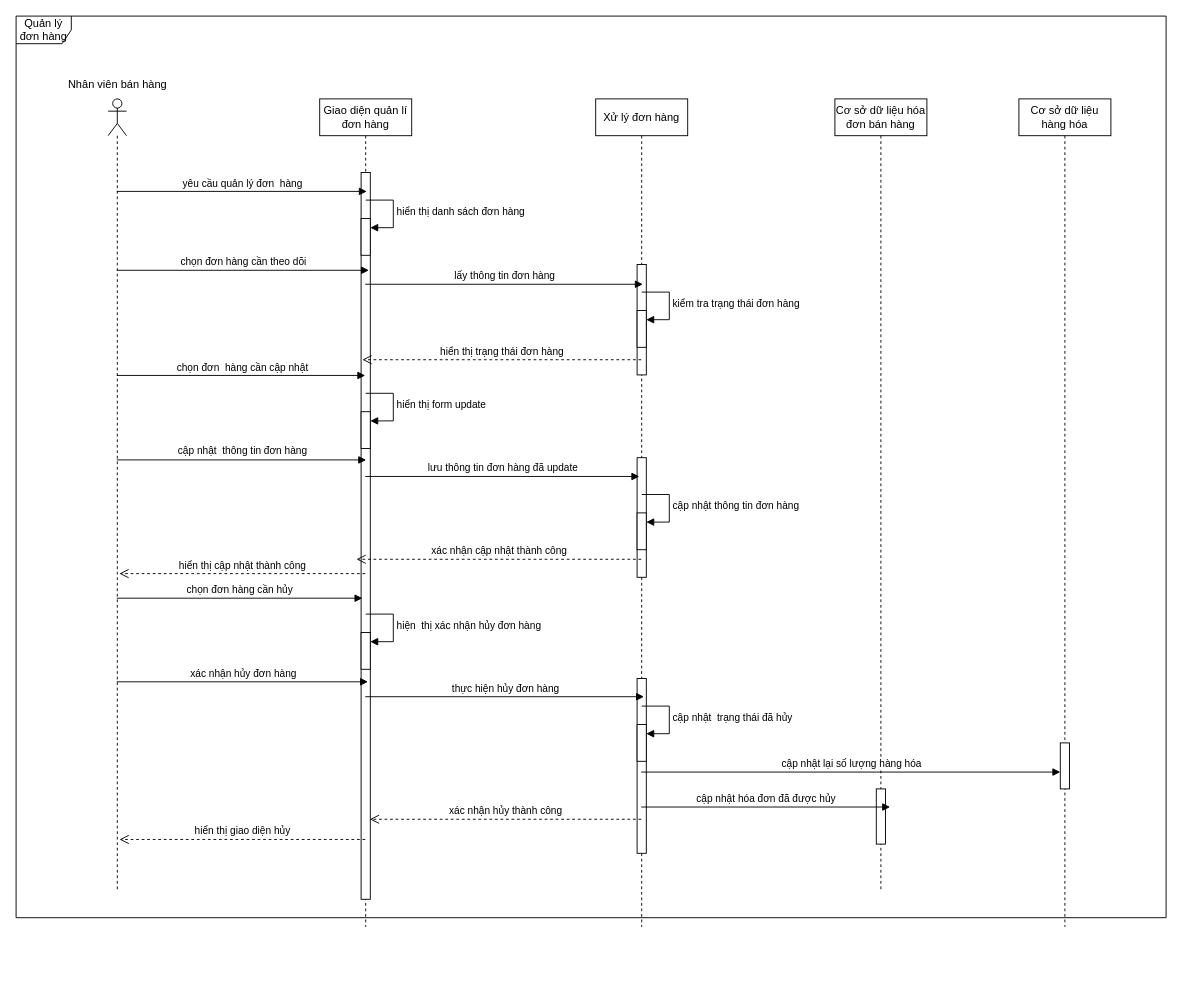
Earlier version of the draw.io diagram NV-QLĐH sequence.drawio (RomJoke/K). Source tidied: cells renumbered, new cells numbered last; positions are measured from the earlier drawing's top-left corner, leaving out a move shared by most shapes. Both pictures are drawn from the tidied source at 92%, with x=0, y=0 at pixel (16, 16).
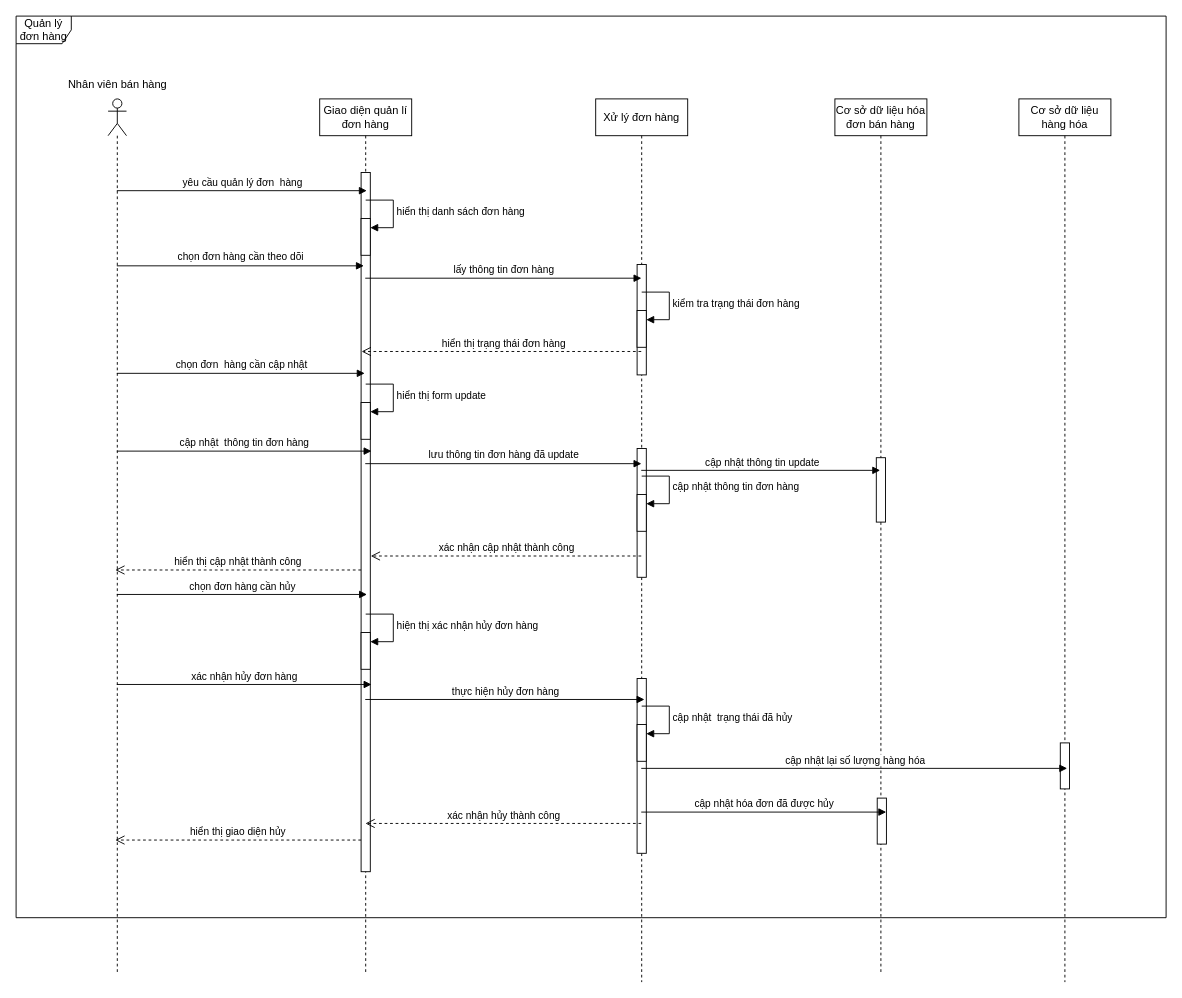
The same diagram, later.

The change refers to these unchanged cells:
```xml
<mxCell id="10" style="html=1;points=[[0,0,0,0,5],[0,1,0,0,-5],[1,0,0,0,5],[1,1,0,0,-5]];perimeter=orthogonalPerimeter;outlineConnect=0;targetShapes=umlLifeline;portConstraint=eastwest;newEdgeStyle={&quot;curved&quot;:0,&quot;rounded&quot;:0};" parent="4" vertex="1">
  <mxGeometry x="45" y="580" width="10" height="40" as="geometry" />
</mxCell>
<mxCell id="13" style="html=1;points=[[0,0,0,0,5],[0,1,0,0,-5],[1,0,0,0,5],[1,1,0,0,-5]];perimeter=orthogonalPerimeter;outlineConnect=0;targetShapes=umlLifeline;portConstraint=eastwest;newEdgeStyle={&quot;curved&quot;:0,&quot;rounded&quot;:0};" parent="12" vertex="1">
  <mxGeometry x="45" y="180" width="10" height="120" as="geometry" />
</mxCell>
```

What changed in the source:
```diff
@@
     <mxCell id="3" style="shape=umlLifeline;perimeter=lifelinePerimeter;whiteSpace=wrap;html=1;outlineConnect=0;portConstraint=eastwest;newEdgeStyle={&quot;curved&quot;:0,&quot;rounded&quot;:0};participant=umlActor;" parent="1" vertex="1">
-      <mxGeometry x="100" y="90" width="20" height="860" as="geometry" />
+      <mxGeometry x="100" y="90" width="20" height="950" as="geometry" />
     </mxCell>
     <mxCell id="4" value="Giao diện quản lí đơn hàng" style="shape=umlLifeline;perimeter=lifelinePerimeter;whiteSpace=wrap;html=1;outlineConnect=0;portConstraint=eastwest;newEdgeStyle={&quot;curved&quot;:0,&quot;rounded&quot;:0};" parent="1" vertex="1">
-      <mxGeometry x="330" y="90" width="100" height="900" as="geometry" />
+      <mxGeometry x="330" y="90" width="100" height="950" as="geometry" />
     </mxCell>
     <mxCell id="5" style="html=1;points=[[0,0,0,0,5],[0,1,0,0,-5],[1,0,0,0,5],[1,1,0,0,-5]];perimeter=orthogonalPerimeter;outlineConnect=0;targetShapes=umlLifeline;portConstraint=eastwest;newEdgeStyle={&quot;curved&quot;:0,&quot;rounded&quot;:0};" parent="4" vertex="1">
-      <mxGeometry x="45" y="80" width="10" height="790" as="geometry" />
+      <mxGeometry x="45" y="80" width="10" height="760" as="geometry" />
     </mxCell>
@@
     <mxCell id="8" style="html=1;points=[[0,0,0,0,5],[0,1,0,0,-5],[1,0,0,0,5],[1,1,0,0,-5]];perimeter=orthogonalPerimeter;outlineConnect=0;targetShapes=umlLifeline;portConstraint=eastwest;newEdgeStyle={&quot;curved&quot;:0,&quot;rounded&quot;:0};" parent="4" vertex="1">
-      <mxGeometry x="45" y="340" width="10" height="40" as="geometry" />
+      <mxGeometry x="45" y="330" width="10" height="40" as="geometry" />
     </mxCell>
     <mxCell id="9" value="hiển thị form update" style="html=1;align=left;spacingLeft=2;endArrow=block;rounded=0;edgeStyle=orthogonalEdgeStyle;curved=0;rounded=0;" parent="4" edge="1" target="8">
       <mxGeometry x="0.02" relative="1" as="geometry">
-        <mxPoint x="50" y="320" as="sourcePoint" />
+        <mxPoint x="50" y="310" as="sourcePoint" />
         <Array as="points">
-          <mxPoint x="80" y="350" />
+          <mxPoint x="80" y="340" />
         </Array>
       </mxGeometry>
     </mxCell>
+    <mxCell id="11" value="hiện thị xác nhận hủy đơn hàng" style="html=1;align=left;spacingLeft=2;endArrow=block;rounded=0;edgeStyle=orthogonalEdgeStyle;curved=0;rounded=0;" parent="4" edge="1" target="10">
+      <mxGeometry relative="1" as="geometry">
+        <mxPoint x="50" y="560" as="sourcePoint" />
+        <Array as="points">
+          <mxPoint x="80" y="590" />
+        </Array>
+      </mxGeometry>
+    </mxCell>
@@
-    <mxCell id="11" value="hiện&amp;nbsp; thị xác nhận hủy đơn hàng" style="html=1;align=left;spacingLeft=2;endArrow=block;rounded=0;edgeStyle=orthogonalEdgeStyle;curved=0;rounded=0;" parent="4" edge="1" target="10">
-      <mxGeometry relative="1" as="geometry">
-        <mxPoint x="50" y="560" as="sourcePoint" />
-        <Array as="points">
-          <mxPoint x="80" y="590" />
-        </Array>
-      </mxGeometry>
-    </mxCell>
     <mxCell id="12" value="Xử lý đơn hàng" style="shape=umlLifeline;perimeter=lifelinePerimeter;whiteSpace=wrap;html=1;outlineConnect=0;portConstraint=eastwest;newEdgeStyle={&quot;curved&quot;:0,&quot;rounded&quot;:0};" parent="1" vertex="1">
-      <mxGeometry x="630" y="90" width="100" height="900" as="geometry" />
+      <mxGeometry x="630" y="90" width="100" height="960" as="geometry" />
     </mxCell>
@@
     <mxCell id="16" style="html=1;perimeter=orthogonalPerimeter;targetShapes=umlLifeline;newEdgeStyle={&quot;curved&quot;:0,&quot;rounded&quot;:0};" parent="12" vertex="1">
-      <mxGeometry x="45" y="390" width="10" height="130" as="geometry" />
+      <mxGeometry x="45" y="380" width="10" height="140" as="geometry" />
     </mxCell>
     <mxCell id="17" style="html=1;points=[[0,0,0,0,5],[0,1,0,0,-5],[1,0,0,0,5],[1,1,0,0,-5]];perimeter=orthogonalPerimeter;outlineConnect=0;targetShapes=umlLifeline;portConstraint=eastwest;newEdgeStyle={&quot;curved&quot;:0,&quot;rounded&quot;:0};" parent="12" vertex="1">
-      <mxGeometry x="45" y="450" width="10" height="40" as="geometry" />
+      <mxGeometry x="45" y="430" width="10" height="40" as="geometry" />
     </mxCell>
     <mxCell id="18" value="cập nhật thông tin đơn hàng" style="html=1;align=left;spacingLeft=2;endArrow=block;rounded=0;edgeStyle=orthogonalEdgeStyle;curved=0;rounded=0;" parent="12" edge="1" target="17">
       <mxGeometry x="-0.01" relative="1" as="geometry">
-        <mxPoint x="50" y="430" as="sourcePoint" />
+        <mxPoint x="50" y="410" as="sourcePoint" />
         <Array as="points">
-          <mxPoint x="80" y="460" />
+          <mxPoint x="80" y="440" />
         </Array>
       </mxGeometry>
     </mxCell>
@@
     <mxCell id="22" value="Cơ sở dữ liệu hóa đơn bán hàng" style="shape=umlLifeline;perimeter=lifelinePerimeter;whiteSpace=wrap;html=1;outlineConnect=0;portConstraint=eastwest;newEdgeStyle={&quot;curved&quot;:0,&quot;rounded&quot;:0};" parent="1" vertex="1">
-      <mxGeometry x="890" y="90" width="100" height="860" as="geometry" />
+      <mxGeometry x="890" y="90" width="100" height="950" as="geometry" />
     </mxCell>
-    <mxCell id="23" style="html=1;perimeter=orthogonalPerimeter;targetShapes=umlLifeline;newEdgeStyle={&quot;curved&quot;:0,&quot;rounded&quot;:0};" parent="22" vertex="1">
-      <mxGeometry x="45" y="750" width="10" height="60" as="geometry" />
-    </mxCell>
+    <mxCell id="43" style="html=1;perimeter=orthogonalPerimeter;targetShapes=umlLifeline;newEdgeStyle={&quot;curved&quot;:0,&quot;rounded&quot;:0};" parent="22" vertex="1">
+      <mxGeometry x="46" y="760" width="10" height="50" as="geometry" />
+    </mxCell>
+    <mxCell id="44" style="html=1;perimeter=orthogonalPerimeter;targetShapes=umlLifeline;newEdgeStyle={&quot;curved&quot;:0,&quot;rounded&quot;:0};" parent="22" vertex="1">
+      <mxGeometry x="45" y="390" width="10" height="70" as="geometry" />
+    </mxCell>
@@
-    <mxCell id="25" value="chọn đơn hàng cần theo dõi" style="html=1;verticalAlign=bottom;endArrow=block;curved=0;rounded=0;entryX=0.535;entryY=0.207;entryDx=0;entryDy=0;entryPerimeter=0;" parent="1" edge="1" source="3" target="4">
-      <mxGeometry relative="1" as="geometry" />
-    </mxCell>
-    <mxCell id="26" value="lấy thông tin đơn hàng" style="html=1;verticalAlign=bottom;endArrow=block;curved=0;rounded=0;entryX=0.619;entryY=0.179;entryDx=0;entryDy=0;entryPerimeter=0;" parent="1" edge="1" source="4" target="13">
-      <mxGeometry relative="1" as="geometry" />
-    </mxCell>
-    <mxCell id="27" value="hiển thị cập nhật thành công" style="html=1;verticalAlign=bottom;endArrow=open;dashed=1;endSize=8;curved=0;rounded=0;entryX=0.612;entryY=0.6;entryDx=0;entryDy=0;entryPerimeter=0;" parent="1" edge="1" source="4" target="3">
-      <mxGeometry relative="1" as="geometry" />
-    </mxCell>
@@
     <mxCell id="29" value="Cơ sở dữ liệu hàng hóa" style="shape=umlLifeline;perimeter=lifelinePerimeter;whiteSpace=wrap;html=1;outlineConnect=0;portConstraint=eastwest;newEdgeStyle={&quot;curved&quot;:0,&quot;rounded&quot;:0};" parent="1" vertex="1">
-      <mxGeometry x="1090" y="90" width="100" height="900" as="geometry" />
+      <mxGeometry x="1090" y="90" width="100" height="960" as="geometry" />
     </mxCell>
@@
-    <mxCell id="31" value="hiển thị giao diện hủy" style="html=1;verticalAlign=bottom;endArrow=open;dashed=1;endSize=8;curved=0;rounded=0;entryX=0.618;entryY=0.936;entryDx=0;entryDy=0;entryPerimeter=0;" parent="1" edge="1" source="4" target="3">
-      <mxGeometry relative="1" as="geometry" />
-    </mxCell>
-    <mxCell id="32" value="xác nhận hủy thành công" style="html=1;verticalAlign=bottom;endArrow=open;dashed=1;endSize=8;curved=0;rounded=0;entryX=0.545;entryY=0.87;entryDx=0;entryDy=0;entryPerimeter=0;" parent="1" edge="1" source="12" target="4">
-      <mxGeometry relative="1" as="geometry" />
-    </mxCell>
+    <mxCell id="25" value="chọn đơn hàng cần theo dõi" style="html=1;verticalAlign=bottom;endArrow=block;curved=0;rounded=0;entryX=0.48;entryY=0.191;entryDx=0;entryDy=0;entryPerimeter=0;" parent="1" edge="1" source="3" target="4">
+      <mxGeometry relative="1" as="geometry" />
+    </mxCell>
+    <mxCell id="26" value="lấy thông tin đơn hàng" style="html=1;verticalAlign=bottom;endArrow=block;curved=0;rounded=0;entryX=0.497;entryY=0.203;entryDx=0;entryDy=0;entryPerimeter=0;" parent="1" edge="1" source="4" target="12">
+      <mxGeometry relative="1" as="geometry" />
+    </mxCell>
-    <mxCell id="33" value="hiển thị trạng thái đơn hàng" style="html=1;verticalAlign=bottom;endArrow=open;dashed=1;endSize=8;curved=0;rounded=0;entryX=0.464;entryY=0.315;entryDx=0;entryDy=0;entryPerimeter=0;" parent="1" edge="1" source="12" target="4">
-      <mxGeometry relative="1" as="geometry" />
+    <mxCell id="33" value="hiển thị trạng thái đơn hàng" style="html=1;verticalAlign=bottom;endArrow=open;dashed=1;endSize=8;curved=0;rounded=0;entryX=0.057;entryY=0.256;entryDx=0;entryDy=0;entryPerimeter=0;" parent="1" edge="1" source="12" target="5">
+      <mxGeometry x="-0.01" relative="1" as="geometry" />
     </mxCell>
-    <mxCell id="34" value="chọn đơn&amp;nbsp; hàng cần cập nhật" style="html=1;verticalAlign=bottom;endArrow=block;curved=0;rounded=0;entryX=0.495;entryY=0.334;entryDx=0;entryDy=0;entryPerimeter=0;" parent="1" edge="1" source="3" target="4">
+    <mxCell id="34" value="chọn đơn&amp;nbsp; hàng cần cập nhật" style="html=1;verticalAlign=bottom;endArrow=block;curved=0;rounded=0;entryX=0.489;entryY=0.314;entryDx=0;entryDy=0;entryPerimeter=0;" parent="1" edge="1" source="3" target="4">
       <mxGeometry x="0.01" relative="1" as="geometry" />
     </mxCell>
-    <mxCell id="35" value="cập nhật&amp;nbsp; thông tin đơn hàng" style="html=1;verticalAlign=bottom;endArrow=block;curved=0;rounded=0;entryX=0.505;entryY=0.436;entryDx=0;entryDy=0;entryPerimeter=0;" parent="1" edge="1" source="3" target="4">
+    <mxCell id="35" value="cập nhật&amp;nbsp; thông tin đơn hàng" style="html=1;verticalAlign=bottom;endArrow=block;curved=0;rounded=0;entryX=0.563;entryY=0.403;entryDx=0;entryDy=0;entryPerimeter=0;" parent="1" edge="1" source="3" target="4">
       <mxGeometry relative="1" as="geometry" />
     </mxCell>
-    <mxCell id="36" value="lưu thông tin đơn hàng đã update" style="html=1;verticalAlign=bottom;endArrow=block;curved=0;rounded=0;entryX=0.474;entryY=0.456;entryDx=0;entryDy=0;entryPerimeter=0;" parent="1" edge="1" source="4" target="12">
+    <mxCell id="36" value="lưu thông tin đơn hàng đã update" style="html=1;verticalAlign=bottom;endArrow=block;curved=0;rounded=0;entryX=0.497;entryY=0.413;entryDx=0;entryDy=0;entryPerimeter=0;" parent="1" edge="1" source="4" target="12">
       <mxGeometry relative="1" as="geometry" />
     </mxCell>
-    <mxCell id="37" value="xác nhận cập nhật thành công" style="html=1;verticalAlign=bottom;endArrow=open;dashed=1;endSize=8;curved=0;rounded=0;entryX=0.4;entryY=0.556;entryDx=0;entryDy=0;entryPerimeter=0;" parent="1" edge="1" source="12" target="4">
+    <mxCell id="37" value="xác nhận cập nhật thành công" style="html=1;verticalAlign=bottom;endArrow=open;dashed=1;endSize=8;curved=0;rounded=0;entryX=0.555;entryY=0.523;entryDx=0;entryDy=0;entryPerimeter=0;" parent="1" edge="1" source="12" target="4">
       <mxGeometry relative="1" as="geometry" />
     </mxCell>
-    <mxCell id="38" value="chọn đơn hàng cần hủy" style="html=1;verticalAlign=bottom;endArrow=block;curved=0;rounded=0;entryX=0.464;entryY=0.603;entryDx=0;entryDy=0;entryPerimeter=0;" parent="1" edge="1" source="3" target="4">
+    <mxCell id="38" value="chọn đơn hàng cần hủy" style="html=1;verticalAlign=bottom;endArrow=block;curved=0;rounded=0;entryX=0.514;entryY=0.567;entryDx=0;entryDy=0;entryPerimeter=0;" parent="1" edge="1" source="3" target="4">
       <mxGeometry relative="1" as="geometry" />
     </mxCell>
+    <mxCell id="27" value="hiển thị cập nhật thành công" style="html=1;verticalAlign=bottom;endArrow=open;dashed=1;endSize=8;curved=0;rounded=0;entryX=0.39;entryY=0.539;entryDx=0;entryDy=0;entryPerimeter=0;" parent="1" edge="1" source="5" target="3">
+      <mxGeometry relative="1" as="geometry" />
+    </mxCell>
-    <mxCell id="39" value="xác nhận hủy đơn hàng" style="html=1;verticalAlign=bottom;endArrow=block;curved=0;rounded=0;entryX=0.525;entryY=0.704;entryDx=0;entryDy=0;entryPerimeter=0;" parent="1" edge="1" source="3" target="4">
+    <mxCell id="39" value="xác nhận hủy đơn hàng" style="html=1;verticalAlign=bottom;endArrow=block;curved=0;rounded=0;entryX=0.563;entryY=0.67;entryDx=0;entryDy=0;entryPerimeter=0;" parent="1" edge="1" source="3" target="4">
       <mxGeometry relative="1" as="geometry" />
     </mxCell>
-    <mxCell id="40" value="thực hiện hủy đơn hàng" style="html=1;verticalAlign=bottom;endArrow=block;curved=0;rounded=0;entryX=0.525;entryY=0.722;entryDx=0;entryDy=0;entryPerimeter=0;" parent="1" edge="1" source="4" target="12">
+    <mxCell id="40" value="thực hiện hủy đơn hàng" style="html=1;verticalAlign=bottom;endArrow=block;curved=0;rounded=0;entryX=0.53;entryY=0.68;entryDx=0;entryDy=0;entryPerimeter=0;" parent="1" edge="1" source="4" target="12">
       <mxGeometry relative="1" as="geometry" />
     </mxCell>
-    <mxCell id="41" value="cập nhật lại số lượng hàng hóa" style="html=1;verticalAlign=bottom;endArrow=block;curved=0;rounded=0;entryX=0.45;entryY=0.813;entryDx=0;entryDy=0;entryPerimeter=0;" parent="1" edge="1" source="12" target="29">
+    <mxCell id="41" value="cập nhật lại số lượng hàng hóa" style="html=1;verticalAlign=bottom;endArrow=block;curved=0;rounded=0;entryX=0.525;entryY=0.758;entryDx=0;entryDy=0;entryPerimeter=0;" parent="1" edge="1" source="12" target="29">
       <mxGeometry relative="1" as="geometry" />
     </mxCell>
-    <mxCell id="42" value="cập nhật hóa đơn đã được hủy" style="html=1;verticalAlign=bottom;endArrow=block;curved=0;rounded=0;entryX=0.6;entryY=0.895;entryDx=0;entryDy=0;entryPerimeter=0;" parent="1" edge="1" source="12" target="22">
+    <mxCell id="42" value="cập nhật hóa đơn đã được hủy" style="html=1;verticalAlign=bottom;endArrow=block;curved=0;rounded=0;entryX=0.558;entryY=0.816;entryDx=0;entryDy=0;entryPerimeter=0;" parent="1" edge="1" source="12" target="22">
       <mxGeometry relative="1" as="geometry" />
     </mxCell>
+    <mxCell id="32" value="xác nhận hủy thành công" style="html=1;verticalAlign=bottom;endArrow=open;dashed=1;endSize=8;curved=0;rounded=0;entryX=0.497;entryY=0.829;entryDx=0;entryDy=0;entryPerimeter=0;" parent="1" edge="1" source="12" target="4">
+      <mxGeometry relative="1" as="geometry" />
+    </mxCell>
+    <mxCell id="31" value="hiển thị giao diện hủy" style="html=1;verticalAlign=bottom;endArrow=open;dashed=1;endSize=8;curved=0;rounded=0;entryX=0.39;entryY=0.848;entryDx=0;entryDy=0;entryPerimeter=0;" parent="1" edge="1" source="5" target="3">
+      <mxGeometry relative="1" as="geometry" />
+    </mxCell>
+    <mxCell id="45" value="cập nhật thông tin update" style="html=1;verticalAlign=bottom;endArrow=block;curved=0;rounded=0;entryX=0.492;entryY=0.425;entryDx=0;entryDy=0;entryPerimeter=0;" parent="1" edge="1" source="12" target="22">
+      <mxGeometry x="0.01" relative="1" as="geometry" />
+    </mxCell>
```
